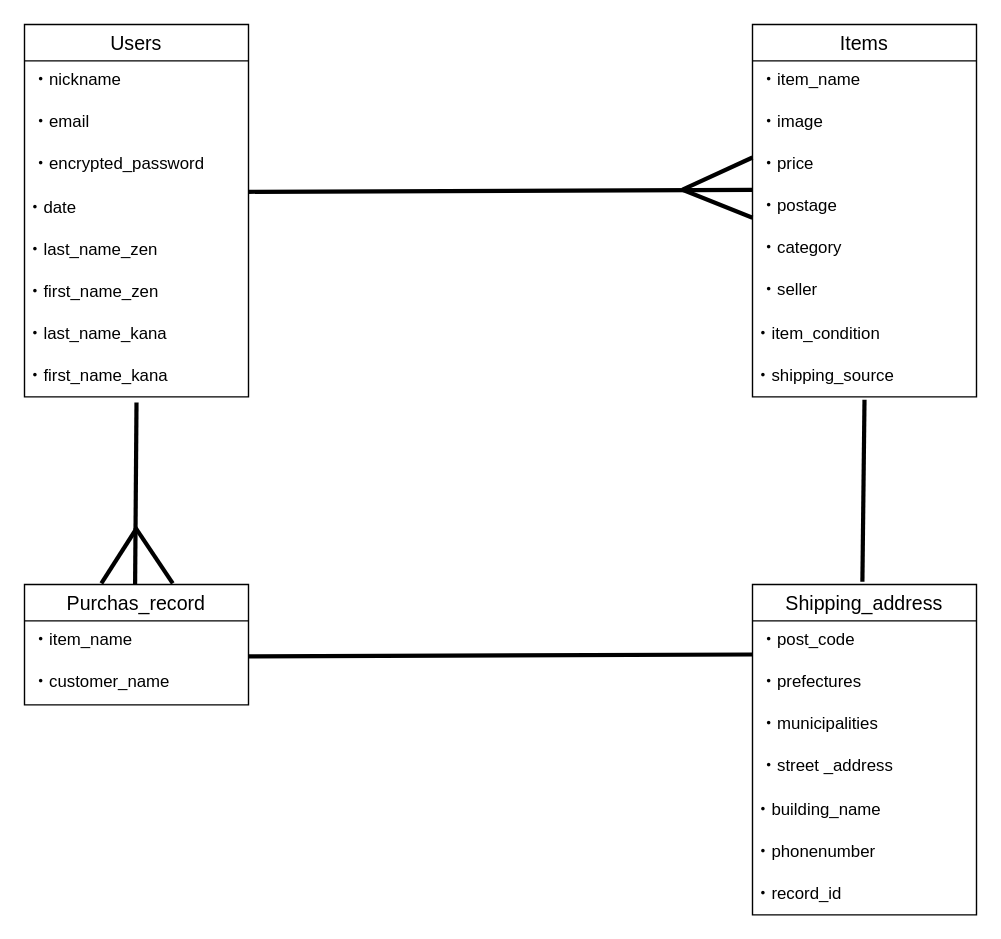
Before: furima-40418.dio in Ryo390/furima-40148, a draw.io diagram. Source tidied: cells renumbered, new cells numbered last; positions are measured from the earlier drawing's top-left corner, leaving out a move shared by most shapes. Both pictures are drawn from the tidied source at 140%, with x=0, y=0 at pixel (24, 24).
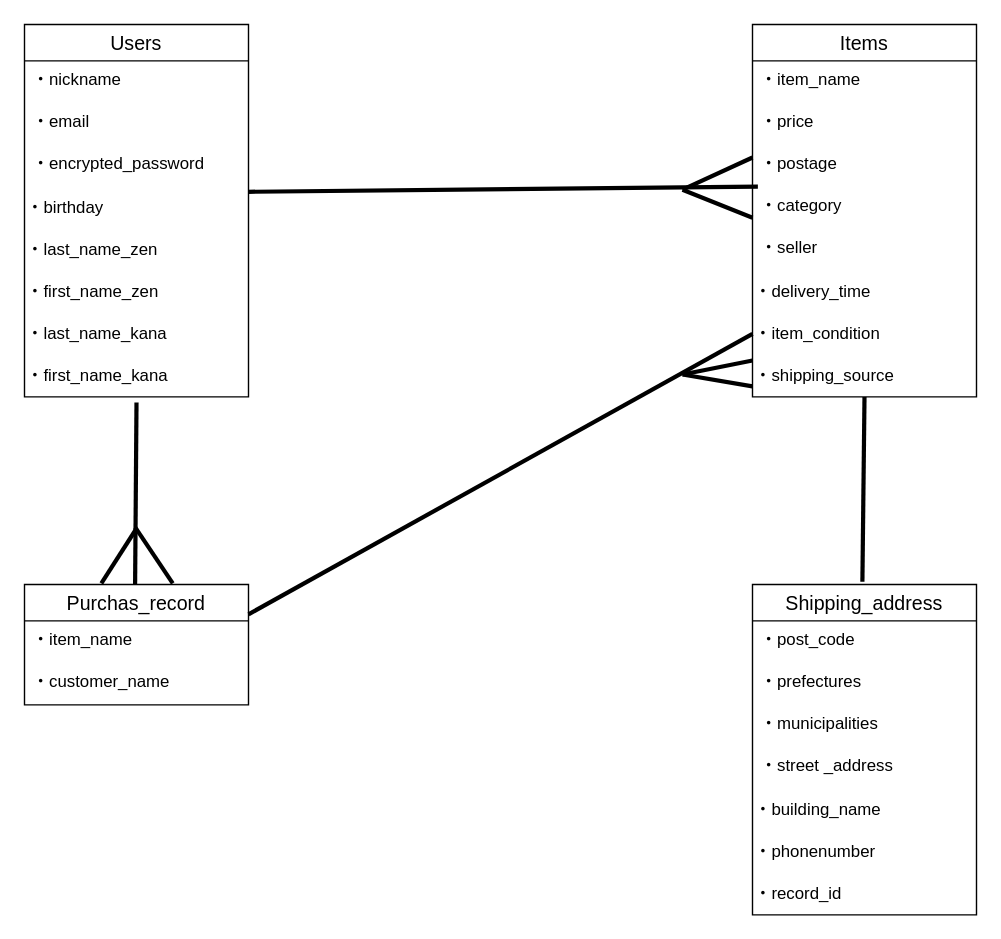
The same page after the edit.

The change refers to these unchanged cells:
```xml
<mxCell id="2" value="Users" style="swimlane;fontStyle=0;horizontal=1;startSize=26;align=center;fontSize=14;" parent="1" vertex="1">
  <mxGeometry width="160" height="266" as="geometry" />
</mxCell>
<mxCell id="14" value="Items" style="swimlane;fontStyle=0;horizontal=1;startSize=26;align=center;fontSize=14;" parent="1" vertex="1">
  <mxGeometry x="520" width="160" height="266" as="geometry" />
</mxCell>
<mxCell id="21" value="・item_condition" style="text;html=1;strokeColor=none;fillColor=none;align=left;verticalAlign=middle;whiteSpace=wrap;rounded=0;" parent="14" vertex="1">
  <mxGeometry y="206" width="160" height="30" as="geometry" />
</mxCell>
<mxCell id="22" value="・shipping_source" style="text;html=1;strokeColor=none;fillColor=none;align=left;verticalAlign=middle;whiteSpace=wrap;rounded=0;" parent="14" vertex="1">
  <mxGeometry y="236" width="160" height="30" as="geometry" />
</mxCell>
```

Change to the diagram source:
```diff
@@
-    <mxCell id="6" value="・date" style="text;html=1;strokeColor=none;fillColor=none;align=left;verticalAlign=middle;whiteSpace=wrap;rounded=0;" parent="2" vertex="1">
+    <mxCell id="6" value="・birthday" style="text;html=1;strokeColor=none;fillColor=none;align=left;verticalAlign=middle;whiteSpace=wrap;rounded=0;" parent="2" vertex="1">
       <mxGeometry y="116" width="160" height="30" as="geometry" />
     </mxCell>
@@
-    <mxCell id="16" value="・image" style="text;strokeColor=none;fillColor=none;spacingLeft=4;spacingRight=4;overflow=hidden;fontSize=12;" parent="14" vertex="1">
-      <mxGeometry y="56" width="160" height="30" as="geometry" />
-    </mxCell>
     <mxCell id="17" value="・price" style="text;strokeColor=none;fillColor=none;spacingLeft=4;spacingRight=4;overflow=hidden;fontSize=12;" parent="14" vertex="1">
-      <mxGeometry y="86" width="160" height="30" as="geometry" />
+      <mxGeometry y="56" width="160" height="30" as="geometry" />
     </mxCell>
     <mxCell id="18" value="・postage" style="text;strokeColor=none;fillColor=none;spacingLeft=4;spacingRight=4;overflow=hidden;points=[[0,0.5],[1,0.5]];portConstraint=eastwest;fontSize=12;" parent="14" vertex="1">
-      <mxGeometry y="116" width="160" height="30" as="geometry" />
+      <mxGeometry y="86" width="160" height="30" as="geometry" />
     </mxCell>
     <mxCell id="19" value="・category" style="text;strokeColor=none;fillColor=none;spacingLeft=4;spacingRight=4;overflow=hidden;points=[[0,0.5],[1,0.5]];portConstraint=eastwest;fontSize=12;" parent="14" vertex="1">
-      <mxGeometry y="146" width="160" height="30" as="geometry" />
+      <mxGeometry y="116" width="160" height="30" as="geometry" />
     </mxCell>
     <mxCell id="20" value="・seller" style="text;strokeColor=none;fillColor=none;spacingLeft=4;spacingRight=4;overflow=hidden;fontSize=12;" parent="14" vertex="1">
-      <mxGeometry y="176" width="160" height="30" as="geometry" />
+      <mxGeometry y="146" width="160" height="30" as="geometry" />
     </mxCell>
+    <mxCell id="43" value="・delivery_time" style="text;html=1;strokeColor=none;fillColor=none;align=left;verticalAlign=middle;whiteSpace=wrap;rounded=0;" parent="14" vertex="1">
+      <mxGeometry y="176" width="160" height="30" as="geometry" />
+    </mxCell>
@@
-    <mxCell id="31" style="endArrow=none;html=1;rounded=0;strokeColor=default;strokeWidth=3;entryX=-0.001;entryY=0.072;entryDx=0;entryDy=0;entryPerimeter=0;" parent="1" edge="1" target="18">
+    <mxCell id="31" style="endArrow=none;html=1;rounded=0;strokeColor=default;strokeWidth=3;entryX=0.024;entryY=-0.005;entryDx=0;entryDy=0;entryPerimeter=0;" parent="1" edge="1" target="19">
       <mxGeometry relative="1" as="geometry">
         <mxPoint x="160" y="119.5" as="sourcePoint" />
       </mxGeometry>
     </mxCell>
@@
-    <mxCell id="36" style="endArrow=none;html=1;rounded=0;strokeColor=default;strokeWidth=3;entryX=-0.001;entryY=0.072;entryDx=0;entryDy=0;entryPerimeter=0;" parent="1" edge="1">
+    <mxCell id="36" style="endArrow=none;html=1;rounded=0;strokeColor=default;strokeWidth=3;entryX=0;entryY=0.5;entryDx=0;entryDy=0;" parent="1" edge="1" target="21">
       <mxGeometry relative="1" as="geometry">
-        <mxPoint x="160.2" y="451.3" as="sourcePoint" />
-        <mxPoint x="520" y="450" as="targetPoint" />
+        <mxPoint x="160" y="421.3" as="sourcePoint" />
       </mxGeometry>
     </mxCell>
@@
-    <mxCell id="42" style="endArrow=none;html=1;rounded=0;strokeColor=default;strokeWidth=3;" parent="1" edge="1">
+    <mxCell id="42" style="endArrow=none;html=1;rounded=0;strokeColor=default;strokeWidth=3;entryX=0.5;entryY=1;entryDx=0;entryDy=0;" parent="1" edge="1" target="22">
       <mxGeometry relative="1" as="geometry">
         <mxPoint x="598.5" y="398" as="sourcePoint" />
-        <mxPoint x="600" y="268" as="targetPoint" />
       </mxGeometry>
     </mxCell>
+    <mxCell id="44" style="endArrow=none;html=1;rounded=0;strokeColor=default;strokeWidth=3;" parent="1" edge="1">
+      <mxGeometry relative="1" as="geometry">
+        <mxPoint x="470" y="250" as="sourcePoint" />
+        <mxPoint x="520" y="240" as="targetPoint" />
+      </mxGeometry>
+    </mxCell>
+    <mxCell id="45" style="html=1;align=right;verticalAlign=bottom;strokeWidth=3;" parent="44" vertex="1">
+      <mxGeometry x="1" relative="1" as="geometry" />
+    </mxCell>
+    <mxCell id="46" style="endArrow=none;html=1;rounded=0;strokeColor=default;strokeWidth=3;entryX=0;entryY=0.75;entryDx=0;entryDy=0;" parent="1" edge="1" target="22">
+      <mxGeometry relative="1" as="geometry">
+        <mxPoint x="470" y="250" as="sourcePoint" />
+      </mxGeometry>
+    </mxCell>
+    <mxCell id="47" style="html=1;align=right;verticalAlign=bottom;strokeWidth=3;" parent="46" vertex="1">
+      <mxGeometry x="1" relative="1" as="geometry" />
+    </mxCell>
```
